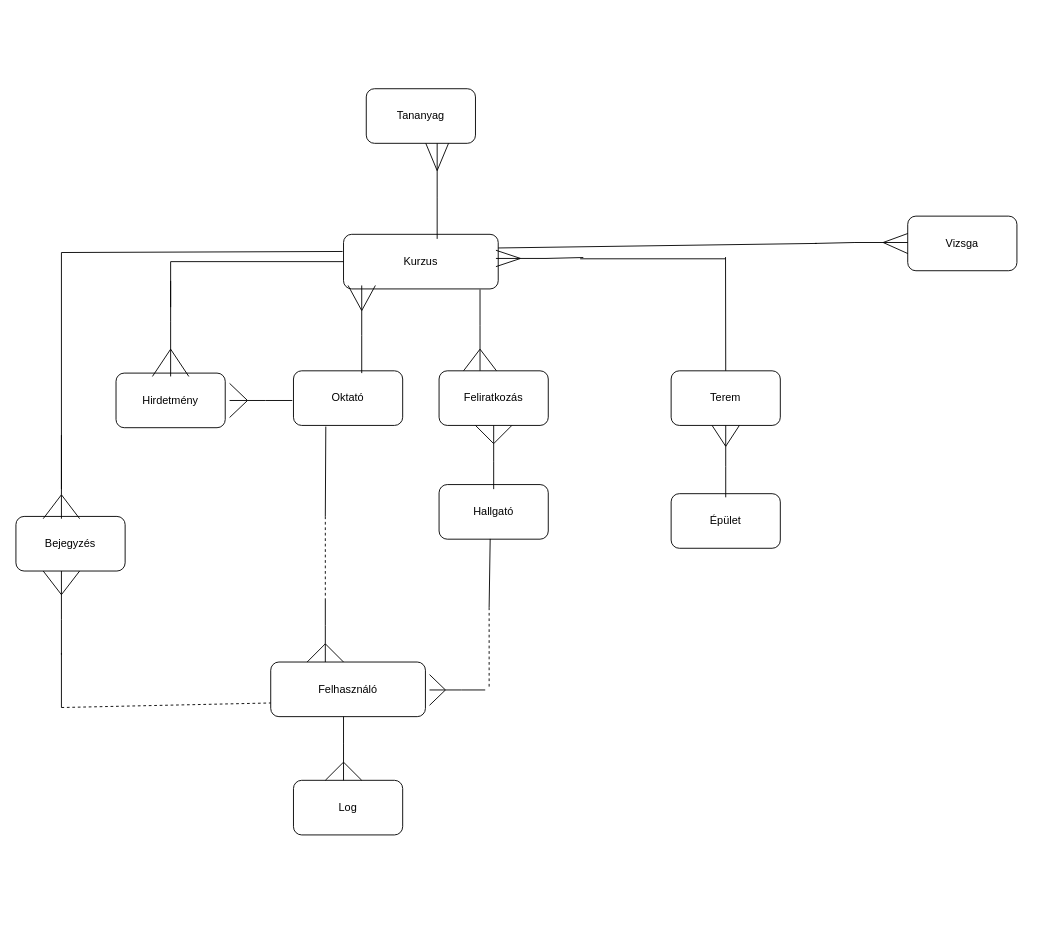
The draw.io diagram docs/E-K/E-K Diagram.drawio in HajagosNorbert/SZTE-adatb-alapu-rendszerek, before the edit. Source tidied: cells renumbered, new cells numbered last; positions are measured from the earlier drawing's top-left corner, leaving out a move shared by most shapes. Both pictures are drawn from the tidied source at 91%, with x=0, y=0 at pixel (15, 34).
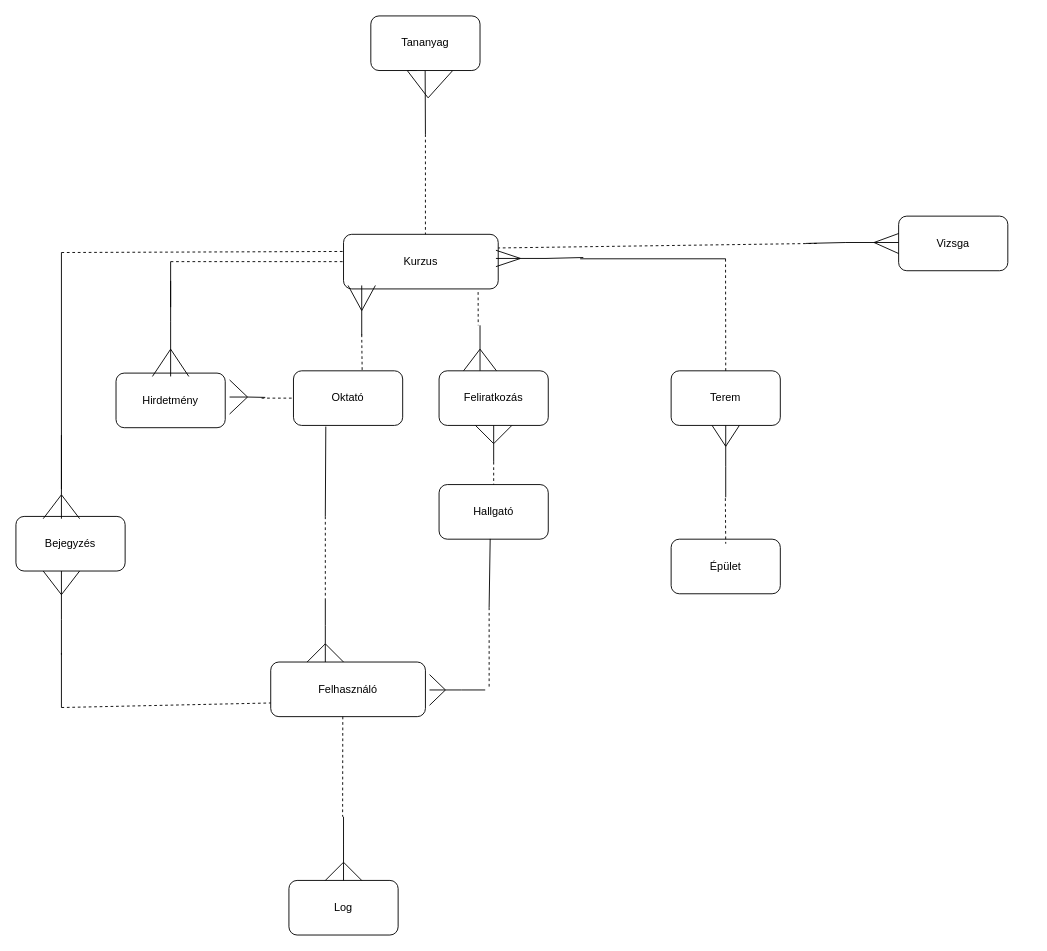
The same diagram, later.

Commit message (it also covers changes not shown here):
EK és ETK símítások

The change refers to these unchanged cells:
```xml
<mxCell id="2" value="Kurzus" style="rounded=1;whiteSpace=wrap;html=1;" parent="1" vertex="1">
  <mxGeometry x="360" y="220" width="170" height="60" as="geometry" />
</mxCell>
<mxCell id="3" value="Oktató" style="rounded=1;whiteSpace=wrap;html=1;" parent="1" vertex="1">
  <mxGeometry x="305" y="370" width="120" height="60" as="geometry" />
</mxCell>
<mxCell id="4" value="Hallgató" style="rounded=1;whiteSpace=wrap;html=1;" parent="1" vertex="1">
  <mxGeometry x="465" y="495" width="120" height="60" as="geometry" />
</mxCell>
<mxCell id="6" value="Terem" style="rounded=1;whiteSpace=wrap;html=1;" parent="1" vertex="1">
  <mxGeometry x="720" y="370" width="120" height="60" as="geometry" />
</mxCell>
<mxCell id="7" style="group;rotation=-180;" parent="1" vertex="1">
  <mxGeometry x="350" y="180" width="30" height="55" as="geometry" />
</mxCell>
<mxCell id="45" style="group;" parent="1" vertex="1">
  <mxGeometry x="490" y="320" width="40" height="52.5" as="geometry" />
</mxCell>
<mxCell id="51" style="group;rotation=-180;" parent="1" vertex="1">
  <mxGeometry x="465" y="390" width="40" height="40" as="geometry" />
</mxCell>
```

What changed in the source:
```diff
@@
     <mxCell id="11" style="endArrow=none;html=1;rounded=0;" parent="7" edge="1">
       <mxGeometry relative="1" as="geometry">
-        <mxPoint x="30" y="192.5" as="sourcePoint" />
+        <mxPoint x="30" y="151" as="sourcePoint" />
         <mxPoint x="30" y="123.8" as="targetPoint" />
         <Array as="points">
           <mxPoint x="30" y="151.2" />
         </Array>
       </mxGeometry>
     </mxCell>
@@
     <mxCell id="17" value="Épület" style="rounded=1;whiteSpace=wrap;html=1;" parent="1" vertex="1">
-      <mxGeometry x="720" y="505" width="120" height="60" as="geometry" />
+      <mxGeometry x="720" y="555" width="120" height="60" as="geometry" />
     </mxCell>
@@
     <mxCell id="23" value="Log" style="rounded=1;whiteSpace=wrap;html=1;" parent="1" vertex="1">
-      <mxGeometry x="305" y="820" width="120" height="60" as="geometry" />
+      <mxGeometry x="300" y="930" width="120" height="60" as="geometry" />
     </mxCell>
-    <mxCell id="24" value="Tananyag" style="rounded=1;whiteSpace=wrap;html=1;" parent="1" vertex="1">
-      <mxGeometry x="385" y="60" width="120" height="60" as="geometry" />
-    </mxCell>
@@
-    <mxCell id="31" style="endArrow=none;html=1;rounded=0;entryX=0;entryY=0.5;entryDx=0;entryDy=0;" parent="1" edge="1" target="2">
+    <mxCell id="31" style="endArrow=none;html=1;rounded=0;entryX=0;entryY=0.5;entryDx=0;entryDy=0;dashed=1;" parent="1" edge="1" target="2">
       <mxGeometry relative="1" as="geometry">
         <mxPoint x="170" y="250" as="sourcePoint" />
       </mxGeometry>
     </mxCell>
     <mxCell id="32" style="group;rotation=-180;" parent="1" vertex="1">
-      <mxGeometry x="440" width="660" height="260" as="geometry" />
+      <mxGeometry x="430" width="660" height="260" as="geometry" />
     </mxCell>
     <mxCell id="33" style="endArrow=none;html=1;rounded=0;" parent="32" edge="1">
       <mxGeometry relative="1" as="geometry">
-        <mxPoint x="10.4" y="120" as="sourcePoint" />
-        <mxPoint x="22.9" y="150" as="targetPoint" />
+        <mxPoint x="10.4" y="40" as="sourcePoint" />
+        <mxPoint x="22.9" y="70" as="targetPoint" />
+        <Array as="points">
+          <mxPoint y="40" />
+        </Array>
       </mxGeometry>
     </mxCell>
     <mxCell id="34" style="endArrow=none;html=1;rounded=0;" parent="32" edge="1">
       <mxGeometry relative="1" as="geometry">
-        <mxPoint x="22.9" y="120" as="sourcePoint" />
-        <mxPoint x="22.9" y="150" as="targetPoint" />
+        <mxPoint x="19.7" y="40" as="sourcePoint" />
+        <mxPoint x="20" y="110" as="targetPoint" />
       </mxGeometry>
     </mxCell>
     <mxCell id="35" style="endArrow=none;html=1;rounded=0;" parent="32" edge="1">
       <mxGeometry relative="1" as="geometry">
-        <mxPoint x="35.4" y="120" as="sourcePoint" />
-        <mxPoint x="22.9" y="150" as="targetPoint" />
+        <mxPoint x="50" y="40" as="sourcePoint" />
+        <mxPoint x="23" y="70" as="targetPoint" />
       </mxGeometry>
     </mxCell>
-    <mxCell id="36" style="endArrow=none;html=1;rounded=0;" parent="32" edge="1">
-      <mxGeometry relative="1" as="geometry">
-        <mxPoint x="22.9" y="225" as="sourcePoint" />
-        <mxPoint x="22.9" y="150" as="targetPoint" />
-        <Array as="points">
-          <mxPoint x="22.9" y="180" />
-        </Array>
-      </mxGeometry>
-    </mxCell>
@@
+    <mxCell id="97" style="endArrow=none;dashed=1;html=1;rounded=0;" parent="32" edge="1">
+      <mxGeometry relative="1" as="geometry">
+        <mxPoint x="20" y="110" as="sourcePoint" />
+        <mxPoint x="20" y="220" as="targetPoint" />
+      </mxGeometry>
+    </mxCell>
+    <mxCell id="24" value="Tananyag" style="rounded=1;whiteSpace=wrap;html=1;" parent="32" vertex="1">
+      <mxGeometry x="-40" y="-20" width="120" height="60" as="geometry" />
+    </mxCell>
@@
-    <mxCell id="44" style="endArrow=none;html=1;rounded=0;exitX=-0.006;exitY=0.314;exitDx=0;exitDy=0;exitPerimeter=0;" parent="1" edge="1" source="2">
+    <mxCell id="44" style="endArrow=none;html=1;rounded=0;exitX=-0.006;exitY=0.314;exitDx=0;exitDy=0;exitPerimeter=0;dashed=1;" parent="1" edge="1" source="2">
       <mxGeometry relative="1" as="geometry">
         <mxPoint x="50" y="240" as="targetPoint" />
       </mxGeometry>
     </mxCell>
@@
     <mxCell id="49" style="endArrow=none;html=1;rounded=0;" parent="45" edge="1">
       <mxGeometry relative="1" as="geometry">
-        <mxPoint x="20" y="-39.4" as="sourcePoint" />
+        <mxPoint x="20" as="sourcePoint" />
         <mxPoint x="20" y="26.2" as="targetPoint" />
         <Array as="points">
           <mxPoint x="20" />
         </Array>
       </mxGeometry>
     </mxCell>
@@
     <mxCell id="55" style="endArrow=none;html=1;rounded=0;" parent="51" edge="1">
       <mxGeometry relative="1" as="geometry">
-        <mxPoint x="60" y="110" as="sourcePoint" />
+        <mxPoint x="60" y="80" as="sourcePoint" />
         <mxPoint x="60" y="60" as="targetPoint" />
         <Array as="points">
           <mxPoint x="60" y="80" />
         </Array>
       </mxGeometry>
     </mxCell>
@@
-    <mxCell id="57" style="endArrow=none;html=1;rounded=0;exitX=0.5;exitY=0;exitDx=0;exitDy=0;" parent="1" edge="1" source="6">
+    <mxCell id="57" style="endArrow=none;html=1;rounded=0;exitX=0.5;exitY=0;exitDx=0;exitDy=0;dashed=1;" parent="1" edge="1" source="6">
       <mxGeometry relative="1" as="geometry">
         <mxPoint x="779.8" y="245" as="targetPoint" />
       </mxGeometry>
     </mxCell>
@@
     <mxCell id="71" style="group;rotation=90;" parent="1" vertex="1">
-      <mxGeometry x="190" y="383.8" width="39.4" height="37.5" as="geometry" />
+      <mxGeometry x="190" y="380" width="39.4" height="37.5" as="geometry" />
     </mxCell>
@@
     <mxCell id="75" style="endArrow=none;html=1;rounded=0;" parent="71" edge="1">
       <mxGeometry relative="1" as="geometry">
-        <mxPoint x="113.7" y="18.8" as="sourcePoint" />
+        <mxPoint x="84" y="19.2" as="sourcePoint" />
         <mxPoint x="64.5" y="18.8" as="targetPoint" />
         <Array as="points">
           <mxPoint x="84.2" y="18.8" />
         </Array>
       </mxGeometry>
     </mxCell>
@@
     <mxCell id="91" style="group;" parent="1" vertex="1">
-      <mxGeometry x="340" y="780" width="40" height="40" as="geometry" />
+      <mxGeometry x="340" y="890" width="40" height="40" as="geometry" />
     </mxCell>
@@
-    <mxCell id="96" style="endArrow=none;html=1;rounded=0;entryX=1;entryY=0.25;entryDx=0;entryDy=0;" parent="1" edge="1" target="2">
+    <mxCell id="96" style="endArrow=none;html=1;rounded=0;entryX=1;entryY=0.25;entryDx=0;entryDy=0;dashed=1;" parent="1" edge="1" target="2">
       <mxGeometry relative="1" as="geometry">
         <mxPoint x="880" y="230" as="sourcePoint" />
       </mxGeometry>
     </mxCell>
+    <mxCell id="98" style="endArrow=none;dashed=1;html=1;rounded=0;" parent="1" edge="1">
+      <mxGeometry relative="1" as="geometry">
+        <mxPoint x="359.2" y="750" as="sourcePoint" />
+        <mxPoint x="359" y="860" as="targetPoint" />
+      </mxGeometry>
+    </mxCell>
+    <mxCell id="99" style="endArrow=none;html=1;rounded=0;entryX=0;entryY=0.5;entryDx=0;entryDy=0;dashed=1;" parent="1" edge="1" target="3">
+      <mxGeometry relative="1" as="geometry">
+        <mxPoint x="270" y="400" as="sourcePoint" />
+      </mxGeometry>
+    </mxCell>
+    <mxCell id="100" style="endArrow=none;dashed=1;html=1;rounded=0;entryX=0.629;entryY=0.007;entryDx=0;entryDy=0;entryPerimeter=0;" parent="1" edge="1" target="3">
+      <mxGeometry relative="1" as="geometry">
+        <mxPoint x="380" y="330" as="sourcePoint" />
+      </mxGeometry>
+    </mxCell>
+    <mxCell id="101" style="endArrow=none;dashed=1;html=1;rounded=0;exitX=0.87;exitY=1.058;exitDx=0;exitDy=0;exitPerimeter=0;" parent="1" edge="1" source="2">
+      <mxGeometry relative="1" as="geometry">
+        <mxPoint x="508" y="320" as="targetPoint" />
+      </mxGeometry>
+    </mxCell>
+    <mxCell id="102" style="endArrow=none;dashed=1;html=1;rounded=0;" parent="1" edge="1">
+      <mxGeometry relative="1" as="geometry">
+        <mxPoint x="779.6" y="510" as="sourcePoint" />
+        <mxPoint x="780" y="560" as="targetPoint" />
+      </mxGeometry>
+    </mxCell>
+    <mxCell id="103" style="endArrow=none;dashed=1;html=1;rounded=0;entryX=0.5;entryY=0;entryDx=0;entryDy=0;" parent="1" edge="1" target="4">
+      <mxGeometry relative="1" as="geometry">
+        <mxPoint x="525" y="470" as="sourcePoint" />
+      </mxGeometry>
+    </mxCell>
```
